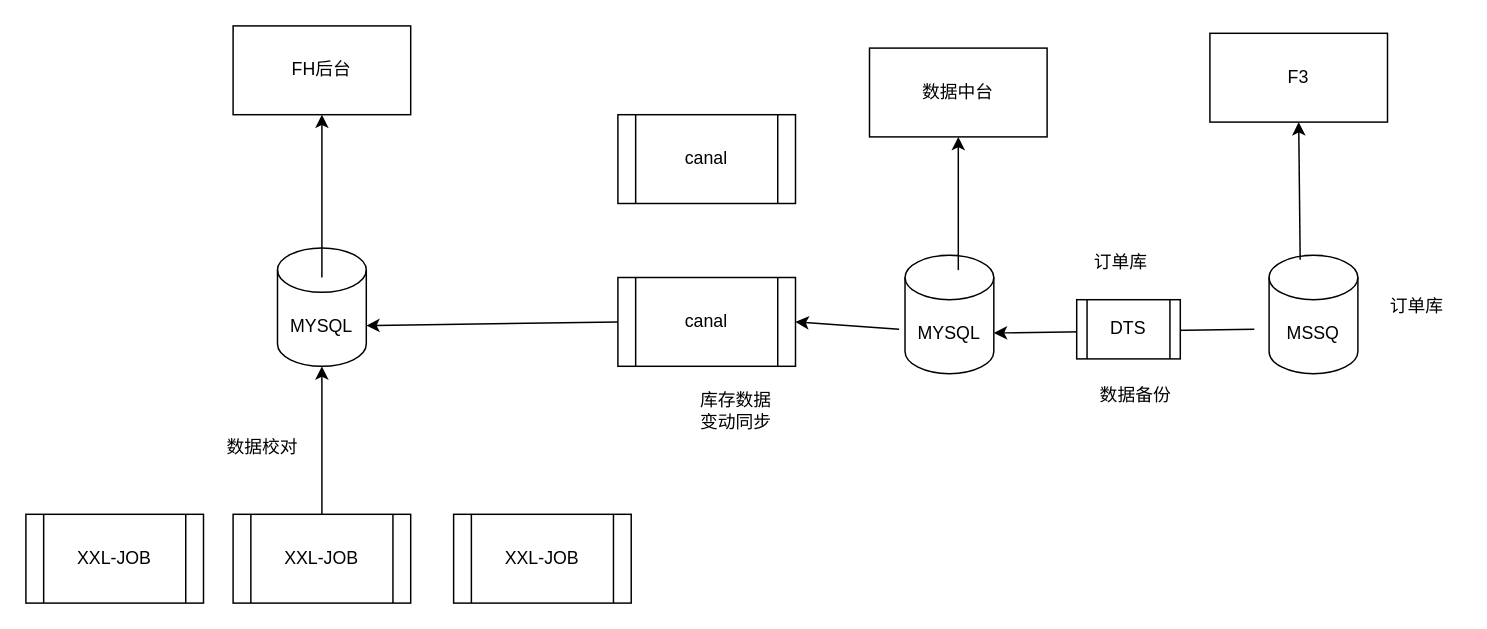
Before: SketchMap/库存管理示意图.drawio in liuyunlong1229/aaa, a draw.io diagram. Source tidied: cells renumbered, new cells numbered last; positions are measured from the earlier drawing's top-left corner, leaving out a move shared by most shapes. Both pictures are drawn from the tidied source at 148%, with x=0, y=0 at pixel (25, 25).
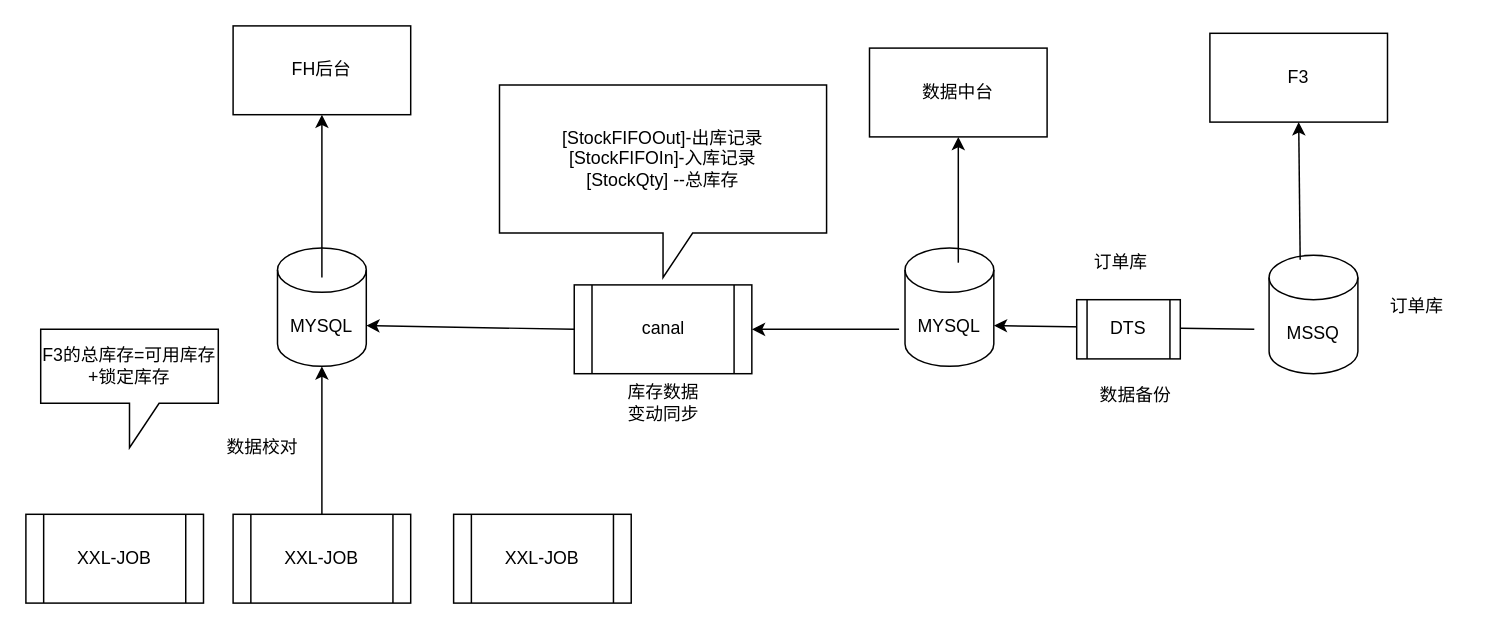
The same page after the edit.

Commit message (it also covers changes not shown here):
更新库存管理示意图.drawio

The edit, as a diff of the source:
```diff
@@
     <mxCell id="5" value="MYSQL" style="shape=cylinder3;whiteSpace=wrap;html=1;boundedLbl=1;backgroundOutline=1;size=15;" parent="1" vertex="1">
-      <mxGeometry x="594" y="155" width="60" height="80" as="geometry" />
+      <mxGeometry x="594" y="150" width="60" height="80" as="geometry" />
     </mxCell>
@@
     <mxCell id="13" value="canal" style="shape=process;whiteSpace=wrap;html=1;backgroundOutline=1;" parent="1" vertex="1">
-      <mxGeometry x="400" y="170" width="120" height="60" as="geometry" />
+      <mxGeometry x="370.5" y="175" width="120" height="60" as="geometry" />
     </mxCell>
@@
     <mxCell id="21" value="库存数据变动同步" style="text;html=1;strokeColor=none;fillColor=none;align=center;verticalAlign=middle;whiteSpace=wrap;rounded=0;" parent="1" vertex="1">
-      <mxGeometry x="450" y="245" width="60" height="30" as="geometry" />
+      <mxGeometry x="400.5" y="240" width="60" height="30" as="geometry" />
     </mxCell>
@@
-    <mxCell id="24" value="canal" style="shape=process;whiteSpace=wrap;html=1;backgroundOutline=1;" parent="1" vertex="1">
-      <mxGeometry x="400" y="60" width="120" height="60" as="geometry" />
-    </mxCell>
@@
+    <mxCell id="26" value="[StockFIFOOut]-出库记录&lt;br&gt;[StockFIFOIn]-入库记录&lt;br&gt;[StockQty] --总库存" style="shape=callout;whiteSpace=wrap;html=1;perimeter=calloutPerimeter;" parent="1" vertex="1">
+      <mxGeometry x="320" y="40" width="221" height="130" as="geometry" />
+    </mxCell>
+    <mxCell id="27" value="F3的总库存=可用库存+锁定库存" style="shape=callout;whiteSpace=wrap;html=1;perimeter=calloutPerimeter;" parent="1" vertex="1">
+      <mxGeometry x="10" y="205" width="120" height="80" as="geometry" />
+    </mxCell>
```
